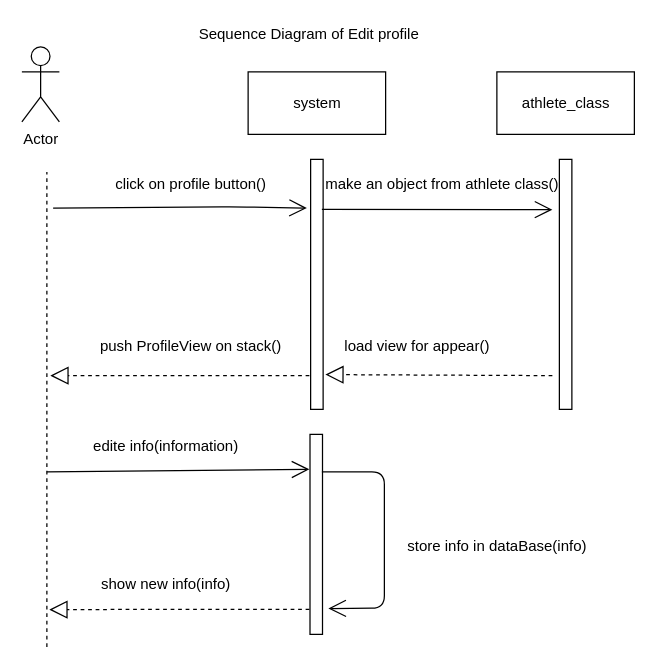
Above: Behavioral Modeling/Sequence Diagram of Edit profile.drawio in mmohajer9/sama-online-coaching-system (draw.io), before the change. Source tidied: cells renumbered, new cells numbered last; positions are measured from the earlier drawing's top-left corner, leaving out a move shared by most shapes. Both pictures are drawn from the tidied source at 125%, with x=0, y=0 at pixel (21, 21).
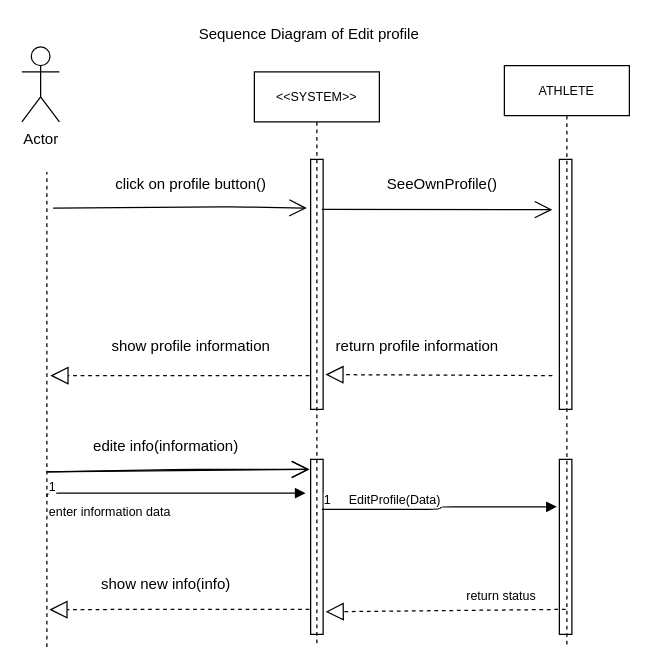
The same page after the edit.

Change to the diagram source:
```diff
@@
-    <mxCell id="4" value="athlete_class" style="html=1;" parent="1" vertex="1">
-      <mxGeometry x="380" y="40" width="110" height="50" as="geometry" />
-    </mxCell>
@@
-    <mxCell id="8" value="push ProfileView on stack()" style="text;html=1;align=center;verticalAlign=middle;" parent="1" vertex="1">
-      <mxGeometry x="55" y="250" width="160" height="20" as="geometry" />
+    <mxCell id="8" value="show profile information&lt;br&gt;" style="text;html=1;align=center;verticalAlign=middle;" parent="1" vertex="1">
+      <mxGeometry x="65" y="250" width="140" height="20" as="geometry" />
     </mxCell>
     <mxCell id="9" style="html=1;points=[];perimeter=orthogonalPerimeter;" parent="1" vertex="1">
-      <mxGeometry x="230.5" y="330" width="10" height="160" as="geometry" />
+      <mxGeometry x="231" y="350" width="10" height="140" as="geometry" />
     </mxCell>
@@
-    <mxCell id="13" value="system" style="html=1;" parent="1" vertex="1">
-      <mxGeometry x="181" y="40" width="110" height="50" as="geometry" />
-    </mxCell>
@@
-    <mxCell id="15" value="make an object from athlete class()" style="text;html=1;align=center;verticalAlign=middle;" parent="1" vertex="1">
-      <mxGeometry x="235.5" y="120" width="200" height="20" as="geometry" />
+    <mxCell id="15" value="SeeOwnProfile()" style="text;html=1;align=center;verticalAlign=middle;" parent="1" vertex="1">
+      <mxGeometry x="285.5" y="120" width="100" height="20" as="geometry" />
     </mxCell>
@@
-    <mxCell id="17" value="load view for appear()" style="text;html=1;align=center;verticalAlign=middle;" parent="1" vertex="1">
-      <mxGeometry x="250.5" y="250" width="130" height="20" as="geometry" />
+    <mxCell id="17" value="return profile information" style="text;html=1;align=center;verticalAlign=middle;" parent="1" vertex="1">
+      <mxGeometry x="240.5" y="250" width="150" height="20" as="geometry" />
     </mxCell>
@@
-    <mxCell id="19" style="endArrow=open;endFill=1;endSize=12;html=1;entryX=1.47;entryY=0.871;entryDx=0;entryDy=0;entryPerimeter=0;" parent="1" edge="1" target="9">
-      <mxGeometry relative="1" as="geometry">
-        <mxPoint x="240" y="360" as="sourcePoint" />
-        <Array as="points">
-          <mxPoint x="290" y="360" />
-          <mxPoint x="290" y="469" />
-        </Array>
-      </mxGeometry>
-    </mxCell>
-    <mxCell id="20" value="store info in dataBase(info)" style="text;html=1;align=center;verticalAlign=middle;" parent="1" vertex="1">
-      <mxGeometry x="300" y="410" width="160" height="20" as="geometry" />
-    </mxCell>
@@
+    <mxCell id="24" style="endArrow=open;endFill=1;endSize=12;html=1;" parent="1" edge="1">
+      <mxGeometry relative="1" as="geometry">
+        <mxPoint x="20" y="360" as="sourcePoint" />
+        <mxPoint x="230" y="358" as="targetPoint" />
+        <Array as="points">
+          <mxPoint x="130" y="358" />
+        </Array>
+      </mxGeometry>
+    </mxCell>
+    <mxCell id="25" value="enter information data" style="endArrow=block;endFill=1;html=1;edgeStyle=orthogonalEdgeStyle;align=left;verticalAlign=top;fontSize=10;" parent="1" edge="1">
+      <mxGeometry x="-1" relative="1" as="geometry">
+        <mxPoint x="20" y="380" as="sourcePoint" />
+        <mxPoint x="227" y="377" as="targetPoint" />
+        <Array as="points">
+          <mxPoint x="20" y="377" />
+        </Array>
+      </mxGeometry>
+    </mxCell>
+    <mxCell id="26" value="1" style="html=1;align=left;verticalAlign=bottom;labelBackgroundColor=#ffffff;fontSize=10;" parent="25" vertex="1">
+      <mxGeometry x="-1" relative="1" as="geometry" />
+    </mxCell>
+    <mxCell id="27" style="html=1;points=[];perimeter=orthogonalPerimeter;" parent="1" vertex="1">
+      <mxGeometry x="430" y="350" width="10" height="140" as="geometry" />
+    </mxCell>
+    <mxCell id="28" value="EditProfile(Data)" style="endArrow=block;endFill=1;html=1;edgeStyle=orthogonalEdgeStyle;align=left;verticalAlign=top;fontSize=10;entryX=-0.2;entryY=0.271;entryDx=0;entryDy=0;entryPerimeter=0;" parent="1" edge="1" target="27">
+      <mxGeometry x="0.02" y="77" relative="1" as="geometry">
+        <mxPoint x="240" y="390" as="sourcePoint" />
+        <Array as="points">
+          <mxPoint x="335" y="390" />
+          <mxPoint x="335" y="388" />
+        </Array>
+        <mxPoint x="-75" y="59" as="offset" />
+      </mxGeometry>
+    </mxCell>
+    <mxCell id="29" value="1" style="html=1;align=left;verticalAlign=bottom;labelBackgroundColor=#ffffff;fontSize=10;" parent="28" vertex="1">
+      <mxGeometry x="-1" relative="1" as="geometry" />
+    </mxCell>
+    <mxCell id="30" style="endArrow=block;dashed=1;endFill=0;endSize=12;html=1;fontSize=10;entryX=1.2;entryY=0.871;entryDx=0;entryDy=0;entryPerimeter=0;" parent="1" edge="1" target="9">
+      <mxGeometry relative="1" as="geometry">
+        <mxPoint x="435" y="470" as="sourcePoint" />
+      </mxGeometry>
+    </mxCell>
+    <mxCell id="31" value="return status&#10;" style="text;strokeColor=none;fillColor=none;align=left;verticalAlign=top;spacingLeft=4;spacingRight=4;overflow=hidden;fontSize=10;" parent="1" vertex="1">
+      <mxGeometry x="350" y="447" width="100" height="26" as="geometry" />
+    </mxCell>
+    <mxCell id="32" value="&amp;lt;&amp;lt;SYSTEM&amp;gt;&amp;gt;" style="shape=umlLifeline;perimeter=lifelinePerimeter;whiteSpace=wrap;html=1;fontSize=10;" parent="1" vertex="1">
+      <mxGeometry x="186" y="40" width="100" height="460" as="geometry" />
+    </mxCell>
+    <mxCell id="33" value="ATHLETE" style="shape=umlLifeline;perimeter=lifelinePerimeter;whiteSpace=wrap;html=1;fontSize=10;" parent="1" vertex="1">
+      <mxGeometry x="386" y="35" width="100" height="465" as="geometry" />
+    </mxCell>
```
